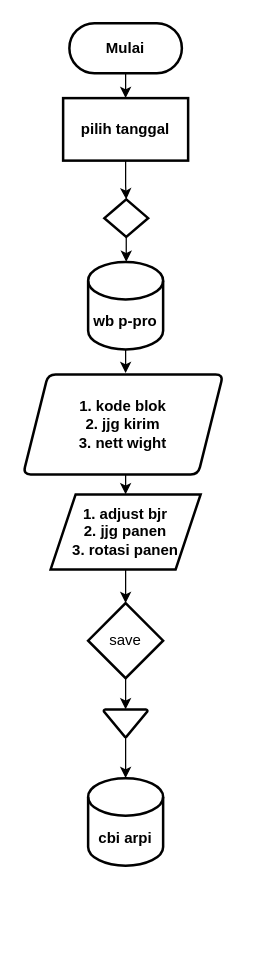
Earlier version of the draw.io diagram Diagram Tanpa Judul.drawio (L30RZ/Flowchart). Source tidied: cells renumbered, new cells numbered last; positions are measured from the earlier drawing's top-left corner, leaving out a move shared by most shapes. Both pictures are drawn from the tidied source at 125%, with x=0, y=0 at pixel (22, 22).
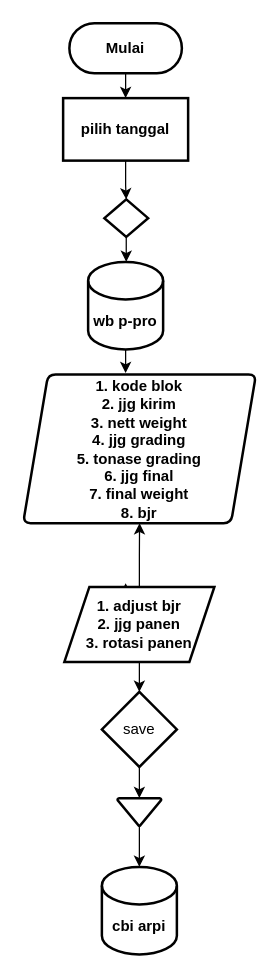
The same diagram, later.

The edit, as a diff of the source:
```diff
@@
-    <mxCell id="9" style="edgeStyle=orthogonalEdgeStyle;rounded=0;jettySize=auto;html=1;exitX=0.5;exitY=1;exitDx=0;exitDy=0;entryX=0.5;entryY=0;entryDx=0;entryDy=0;" parent="1" edge="1" source="10" target="13">
-      <mxGeometry relative="1" as="geometry" />
+    <mxCell id="9" style="edgeStyle=orthogonalEdgeStyle;rounded=0;orthogonalLoop=1;jettySize=auto;html=1;exitX=0.5;exitY=1;exitDx=0;exitDy=0;entryX=0.5;entryY=0;entryDx=0;entryDy=0;" parent="1" edge="1">
+      <mxGeometry relative="1" as="geometry">
+        <mxPoint x="80" y="481" as="sourcePoint" />
+        <mxPoint x="82" y="448" as="targetPoint" />
+      </mxGeometry>
     </mxCell>
-    <mxCell id="10" value="1. kode blok&lt;br&gt;2. jjg kirim&lt;br&gt;3. nett wight&lt;br&gt;" style="shape=parallelogram;perimeter=parallelogramPerimeter;whiteSpace=wrap;html=1;fixedSize=1;strokeWidth=2;rounded=1;arcSize=12;fontStyle=1;" parent="1" vertex="1">
-      <mxGeometry y="281" width="160" height="80" as="geometry" />
+    <mxCell id="10" value="1. kode blok&lt;br&gt;2. jjg kirim&lt;br&gt;3. nett weight&lt;br&gt;4. jjg grading&lt;br&gt;5. tonase grading&lt;br&gt;6. jjg final&lt;br&gt;7. final weight&lt;br&gt;8. bjr" style="shape=parallelogram;perimeter=parallelogramPerimeter;whiteSpace=wrap;html=1;fixedSize=1;strokeWidth=2;rounded=1;arcSize=12;fontStyle=1;" parent="1" vertex="1">
+      <mxGeometry y="281" width="186.3" height="119" as="geometry" />
     </mxCell>
@@
+    <mxCell id="19" style="edgeStyle=orthogonalEdgeStyle;rounded=0;jettySize=auto;html=1;exitX=0.5;exitY=0;exitDx=0;exitDy=0;entryX=0.5;entryY=1;entryDx=0;entryDy=0;" parent="1" edge="1" source="13" target="10">
+      <mxGeometry relative="1" as="geometry" />
+    </mxCell>
     <mxCell id="13" value="1. adjust bjr&lt;br&gt;2. jjg panen&lt;br&gt;3. rotasi panen" style="shape=parallelogram;perimeter=parallelogramPerimeter;whiteSpace=wrap;html=1;fixedSize=1;strokeWidth=2;rounded=1;arcSize=0;fontStyle=1;" parent="1" vertex="1">
-      <mxGeometry x="22" y="377" width="120" height="60" as="geometry" />
+      <mxGeometry x="33" y="451" width="120" height="60" as="geometry" />
     </mxCell>
@@
     <mxCell id="15" value="save" style="strokeWidth=2;html=1;shape=mxgraph.flowchart.decision;whiteSpace=wrap;" parent="1" vertex="1">
-      <mxGeometry x="52" y="464" width="60" height="60" as="geometry" />
+      <mxGeometry x="63" y="535" width="60" height="60" as="geometry" />
     </mxCell>
     <mxCell id="16" value="cbi arpi" style="shape=cylinder3;whiteSpace=wrap;html=1;boundedLbl=1;backgroundOutline=1;size=15;strokeWidth=2;rounded=1;arcSize=12;fontStyle=1;" parent="1" vertex="1">
-      <mxGeometry x="52" y="604" width="60" height="70" as="geometry" />
+      <mxGeometry x="63" y="675" width="60" height="70" as="geometry" />
     </mxCell>
@@
     <mxCell id="18" style="strokeWidth=2;html=1;shape=mxgraph.flowchart.merge_or_storage;whiteSpace=wrap;" parent="1" vertex="1">
-      <mxGeometry x="64.5" y="549" width="35" height="22.1" as="geometry" />
+      <mxGeometry x="75.5" y="620" width="35" height="22.1" as="geometry" />
     </mxCell>
```
